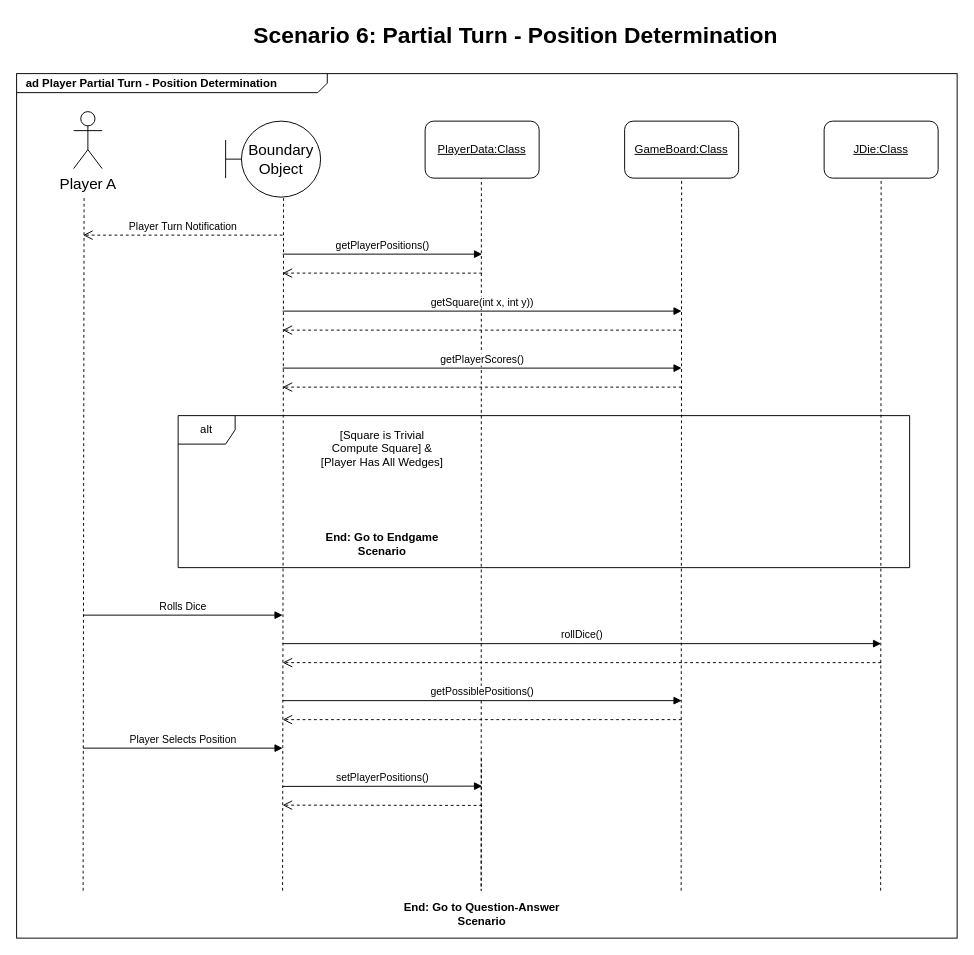
ZBrr271/Diagrams keeps this draw.io diagram as Scenario 6 - Position Determination.drawio. Above is the earlier version. Source tidied: cells renumbered, new cells numbered last; positions are measured from the earlier drawing's top-left corner, leaving out a move shared by most shapes. Both pictures are drawn from the tidied source at 95%, with x=0, y=0 at pixel (16, 16).
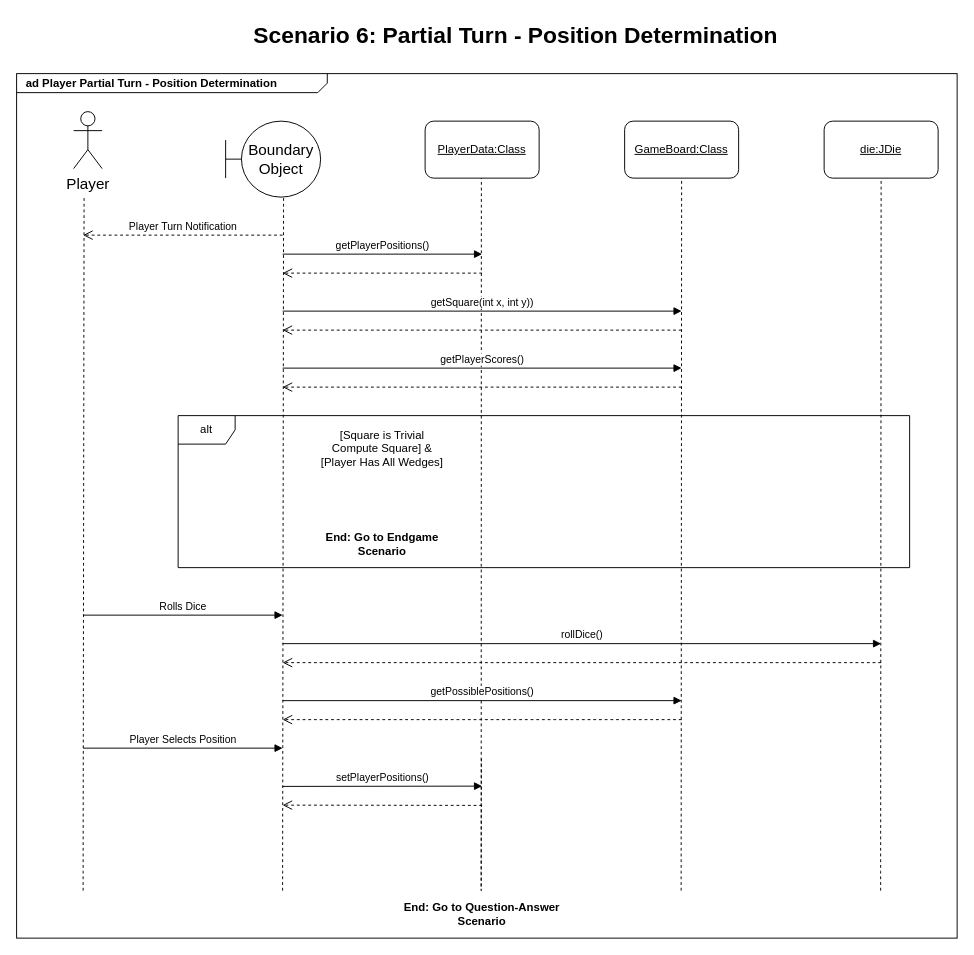
The same diagram, later.

What changed in the source:
```diff
@@
-    <mxCell id="4" value="Player A" style="shape=umlActor;html=1;verticalLabelPosition=bottom;verticalAlign=top;align=center;fontSize=16;" parent="1" vertex="1">
+    <mxCell id="4" value="Player" style="shape=umlActor;html=1;verticalLabelPosition=bottom;verticalAlign=top;align=center;fontSize=16;" parent="1" vertex="1">
       <mxGeometry x="60" y="100" width="30" height="60" as="geometry" />
     </mxCell>
@@
-    <mxCell id="6" value="&lt;u&gt;JDie:Class&lt;/u&gt;" style="rounded=1;whiteSpace=wrap;html=1;" parent="1" vertex="1">
+    <mxCell id="6" value="&lt;u&gt;die:JDie&lt;/u&gt;" style="rounded=1;whiteSpace=wrap;html=1;" parent="1" vertex="1">
       <mxGeometry x="850" y="110" width="120" height="60" as="geometry" />
     </mxCell>
```
